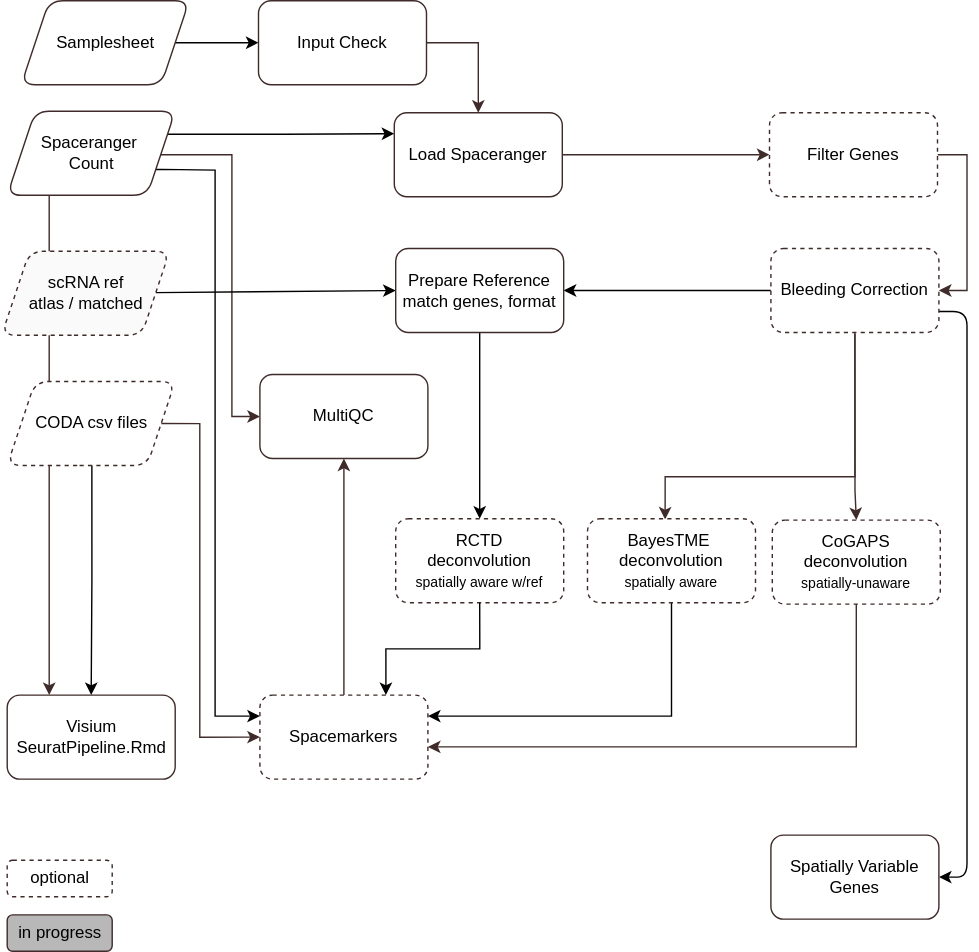
The draw.io diagram assets/btc-visium.svg in break-through-cancer/btc-spatial-pipelines, before a commit. Source tidied: cells renumbered, new cells last; positions are measured from the earlier drawing's top-left corner, leaving out a move shared by most shapes.
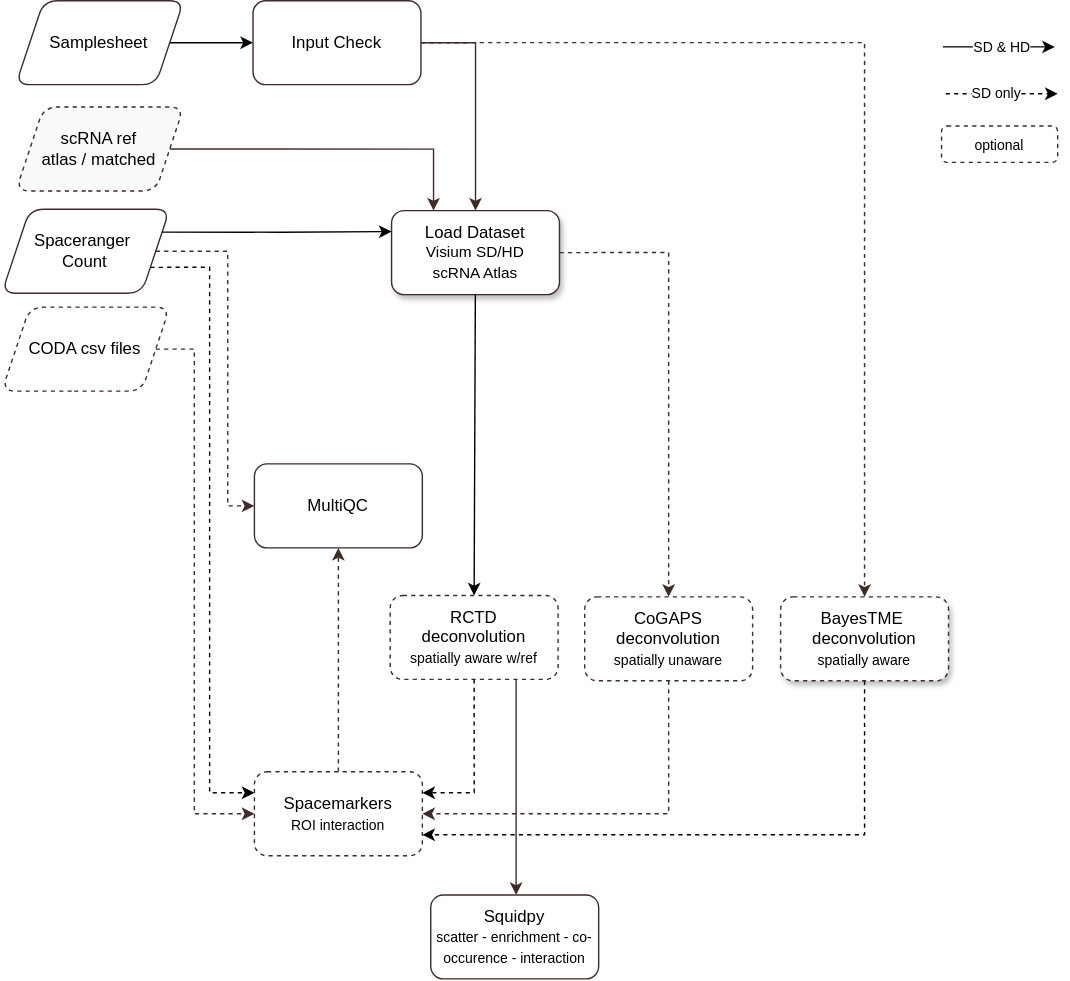
After the change.

Change to the diagram source:
```diff
@@ -2,158 +2,136 @@
   <root>
     <mxCell id="0" />
     <mxCell id="1" parent="0" />
-    <mxCell id="2" style="edgeStyle=orthogonalEdgeStyle;rounded=0;jettySize=auto;html=1;strokeColor=#3F2B29;exitX=0.25;exitY=1;exitDx=0;exitDy=0;entryX=0.25;entryY=0;entryDx=0;entryDy=0;" parent="1" edge="1" source="6" target="17">
-      <mxGeometry relative="1" as="geometry" />
-    </mxCell>
-    <mxCell id="3" style="edgeStyle=orthogonalEdgeStyle;rounded=0;jettySize=auto;html=1;strokeColor=#3F2B29;exitX=0.911;exitY=0.463;exitDx=0;exitDy=0;exitPerimeter=0;" parent="1" edge="1" source="6" target="22">
+    <mxCell id="3" style="edgeStyle=orthogonalEdgeStyle;rounded=0;jettySize=auto;html=1;strokeColor=#3F2B29;exitX=1;exitY=0.5;exitDx=0;exitDy=0;entryX=0;entryY=0.5;entryDx=0;entryDy=0;dashed=1;" parent="1" edge="1" source="6" target="22">
       <mxGeometry relative="1" as="geometry">
         <Array as="points">
-          <mxPoint x="114" y="110" />
-          <mxPoint x="165" y="110" />
-          <mxPoint x="165" y="297" />
+          <mxPoint x="161" y="179" />
+          <mxPoint x="161" y="361" />
         </Array>
       </mxGeometry>
     </mxCell>
-    <mxCell id="4" style="edgeStyle=orthogonalEdgeStyle;rounded=0;jettySize=auto;html=1;exitX=1;exitY=0.75;exitDx=0;exitDy=0;entryX=0;entryY=0.25;entryDx=0;entryDy=0;" parent="1" edge="1" source="6" target="27">
+    <mxCell id="4" style="edgeStyle=orthogonalEdgeStyle;rounded=0;jettySize=auto;html=1;exitX=1;exitY=0.75;exitDx=0;exitDy=0;entryX=0;entryY=0.25;entryDx=0;entryDy=0;dashed=1;" parent="1" edge="1" source="6" target="27">
       <mxGeometry relative="1" as="geometry">
         <Array as="points">
-          <mxPoint x="115" y="121" />
-          <mxPoint x="153" y="121" />
-          <mxPoint x="153" y="471" />
+          <mxPoint x="148" y="191" />
+          <mxPoint x="148" y="566" />
         </Array>
       </mxGeometry>
     </mxCell>
-    <mxCell id="5" style="edgeStyle=orthogonalEdgeStyle;rounded=0;jettySize=auto;html=1;exitX=1;exitY=0.25;exitDx=0;exitDy=0;entryX=0;entryY=0.25;entryDx=0;entryDy=0;" parent="1" edge="1" source="6" target="10">
-      <mxGeometry relative="1" as="geometry" />
-    </mxCell>
     <mxCell id="6" value="Spaceranger&amp;nbsp;&lt;div&gt;Count&lt;/div&gt;" style="rounded=1;whiteSpace=wrap;html=1;strokeColor=#3F2B29;shape=parallelogram;boundedLbl=1;perimeter=parallelogramPerimeter;fixedSize=1;" parent="1" vertex="1">
-      <mxGeometry x="4.5" y="79" width="120" height="60" as="geometry" />
+      <mxGeometry x="-0.5" y="149" width="120" height="60" as="geometry" />
     </mxCell>
-    <mxCell id="7" style="edgeStyle=orthogonalEdgeStyle;rounded=0;jettySize=auto;html=1;strokeColor=#3F2B29;exitX=1;exitY=0.5;exitDx=0;exitDy=0;" parent="1" edge="1" source="8" target="10">
+    <mxCell id="7" style="edgeStyle=orthogonalEdgeStyle;rounded=0;jettySize=auto;html=1;strokeColor=#3F2B29;exitX=1;exitY=0.5;exitDx=0;exitDy=0;entryX=0.5;entryY=0;entryDx=0;entryDy=0;" parent="1" edge="1" source="8" target="43">
       <mxGeometry relative="1" as="geometry" />
     </mxCell>
     <mxCell id="8" value="Input Check" style="rounded=1;whiteSpace=wrap;html=1;strokeColor=#3F2B29;" parent="1" vertex="1">
-      <mxGeometry x="184" width="120" height="60" as="geometry" />
+      <mxGeometry x="179" width="120" height="60" as="geometry" />
     </mxCell>
-    <mxCell id="9" style="edgeStyle=orthogonalEdgeStyle;rounded=0;jettySize=auto;html=1;entryX=0;entryY=0.5;entryDx=0;entryDy=0;strokeColor=#3F2B29;" parent="1" edge="1" source="10" target="13">
-      <mxGeometry relative="1" as="geometry" />
-    </mxCell>
-    <mxCell id="10" value="Load Spaceranger" style="rounded=1;whiteSpace=wrap;html=1;strokeColor=#3F2B29;" parent="1" vertex="1">
-      <mxGeometry x="281" y="80" width="120" height="60" as="geometry" />
-    </mxCell>
-    <mxCell id="11" style="edgeStyle=orthogonalEdgeStyle;rounded=0;jettySize=auto;html=1;entryX=0.462;entryY=0.01;entryDx=0;entryDy=0;exitX=0.5;exitY=1;exitDx=0;exitDy=0;strokeColor=#3F2B29;entryPerimeter=0;" parent="1" edge="1" source="25" target="20">
-      <mxGeometry relative="1" as="geometry">
-        <Array as="points">
-          <mxPoint x="610" y="340" />
-          <mxPoint x="474" y="340" />
-        </Array>
-      </mxGeometry>
-    </mxCell>
-    <mxCell id="12" style="edgeStyle=orthogonalEdgeStyle;rounded=0;jettySize=auto;html=1;exitX=1;exitY=0.5;exitDx=0;exitDy=0;entryX=1;entryY=0.5;entryDx=0;entryDy=0;strokeColor=#3F2B29;" parent="1" edge="1" source="13" target="25">
-      <mxGeometry relative="1" as="geometry" />
-    </mxCell>
-    <mxCell id="13" value="Filter Genes" style="rounded=1;whiteSpace=wrap;html=1;strokeColor=#3F2B29;dashed=1;" parent="1" vertex="1">
-      <mxGeometry x="549" y="80" width="120" height="60" as="geometry" />
-    </mxCell>
-    <mxCell id="14" style="edgeStyle=orthogonalEdgeStyle;rounded=0;jettySize=auto;html=1;exitX=1;exitY=0.5;exitDx=0;exitDy=0;entryX=0;entryY=0.5;entryDx=0;entryDy=0;strokeColor=#3F2B29;" parent="1" edge="1" source="16" target="27">
+    <mxCell id="14" style="edgeStyle=orthogonalEdgeStyle;rounded=0;jettySize=auto;html=1;exitX=1;exitY=0.5;exitDx=0;exitDy=0;entryX=0;entryY=0.5;entryDx=0;entryDy=0;strokeColor=#3F2B29;dashed=1;" parent="1" edge="1" source="16" target="27">
       <mxGeometry relative="1" as="geometry">
         <Array as="points">
-          <mxPoint x="142" y="302" />
-          <mxPoint x="142" y="526" />
+          <mxPoint x="137" y="249" />
+          <mxPoint x="137" y="581" />
         </Array>
       </mxGeometry>
     </mxCell>
-    <mxCell id="15" style="edgeStyle=orthogonalEdgeStyle;rounded=0;jettySize=auto;html=1;entryX=0.5;entryY=0;entryDx=0;entryDy=0;exitX=0.504;exitY=0.833;exitDx=0;exitDy=0;exitPerimeter=0;" parent="1" edge="1" source="16" target="17">
-      <mxGeometry relative="1" as="geometry" />
-    </mxCell>
     <mxCell id="16" value="CODA csv files" style="rounded=1;whiteSpace=wrap;html=1;fillColor=default;strokeColor=#3F2B29;shape=parallelogram;boundedLbl=1;perimeter=parallelogramPerimeter;fixedSize=1;dashed=1;" parent="1" vertex="1">
-      <mxGeometry x="4.5" y="272" width="120" height="60" as="geometry" />
+      <mxGeometry x="-0.5" y="219" width="120" height="60" as="geometry" />
     </mxCell>
-    <mxCell id="17" value="Visium SeuratPipeline.Rmd" style="rounded=1;whiteSpace=wrap;html=1;fillColor=none;strokeColor=#3F2B29;" parent="1" vertex="1">
-      <mxGeometry x="4.5" y="496" width="120" height="60" as="geometry" />
-    </mxCell>
-    <mxCell id="18" style="edgeStyle=orthogonalEdgeStyle;rounded=0;jettySize=auto;html=1;entryX=0.5;entryY=1;entryDx=0;entryDy=0;strokeColor=#3F2B29;exitX=0.5;exitY=0;exitDx=0;exitDy=0;" parent="1" edge="1" source="27" target="22">
+    <mxCell id="18" style="edgeStyle=orthogonalEdgeStyle;rounded=0;jettySize=auto;html=1;entryX=0.5;entryY=1;entryDx=0;entryDy=0;strokeColor=#3F2B29;exitX=0.5;exitY=0;exitDx=0;exitDy=0;dashed=1;" parent="1" edge="1" source="27" target="22">
       <mxGeometry relative="1" as="geometry" />
     </mxCell>
-    <mxCell id="19" style="edgeStyle=orthogonalEdgeStyle;rounded=0;jettySize=auto;html=1;entryX=1;entryY=0.25;entryDx=0;entryDy=0;exitX=0.5;exitY=1;exitDx=0;exitDy=0;" parent="1" edge="1" source="20" target="27">
+    <mxCell id="19" style="edgeStyle=orthogonalEdgeStyle;rounded=0;jettySize=auto;html=1;entryX=1;entryY=0.75;entryDx=0;entryDy=0;exitX=0.5;exitY=1;exitDx=0;exitDy=0;dashed=1;" parent="1" edge="1" source="20" target="27">
       <mxGeometry relative="1" as="geometry" />
     </mxCell>
-    <mxCell id="20" value="&lt;span style=&quot;color: rgb(0, 0, 0);&quot;&gt;BayesTME&amp;nbsp;&lt;/span&gt;&lt;div style=&quot;scrollbar-color: light-dark(#e2e2e2, #4b4b4b)&lt;br/&gt;&#9;&#9;&#9;&#9;&#9;light-dark(#fbfbfb, var(--dark-panel-color));&quot;&gt;deconvolution&lt;/div&gt;&lt;div style=&quot;scrollbar-color: light-dark(#e2e2e2, #4b4b4b)&lt;br/&gt;&#9;&#9;&#9;&#9;&#9;light-dark(#fbfbfb, var(--dark-panel-color));&quot;&gt;&lt;font style=&quot;font-size: 10px;&quot;&gt;spatially aware&lt;/font&gt;&lt;/div&gt;" style="rounded=1;whiteSpace=wrap;html=1;strokeColor=#3F2B29;dashed=1;" parent="1" vertex="1">
-      <mxGeometry x="419" y="370" width="120" height="60" as="geometry" />
+    <mxCell id="20" value="&lt;span style=&quot;color: rgb(0, 0, 0);&quot;&gt;BayesTME&amp;nbsp;&lt;/span&gt;&lt;div style=&quot;scrollbar-color: light-dark(#e2e2e2, #4b4b4b)&lt;br/&gt;&#9;&#9;&#9;&#9;&#9;light-dark(#fbfbfb, var(--dark-panel-color));&quot;&gt;deconvolution&lt;/div&gt;&lt;div style=&quot;scrollbar-color: light-dark(#e2e2e2, #4b4b4b)&lt;br/&gt;&#9;&#9;&#9;&#9;&#9;light-dark(#fbfbfb, var(--dark-panel-color));&quot;&gt;&lt;font style=&quot;font-size: 10px;&quot;&gt;spatially aware&lt;/font&gt;&lt;/div&gt;" style="rounded=1;whiteSpace=wrap;html=1;strokeColor=#3F2B29;dashed=1;shadow=1;" parent="1" vertex="1">
+      <mxGeometry x="556" y="426" width="120" height="60" as="geometry" />
     </mxCell>
-    <mxCell id="21" value="&lt;div&gt;&lt;span style=&quot;color: rgb(0, 0, 0);&quot;&gt;CoGAPS deconvolution&lt;/span&gt;&lt;br&gt;&lt;/div&gt;&lt;div&gt;&lt;font style=&quot;font-size: 10px;&quot; color=&quot;#000000&quot;&gt;spatially-unaware&lt;/font&gt;&lt;/div&gt;" style="rounded=1;whiteSpace=wrap;html=1;strokeColor=#3F2B29;dashed=1;" parent="1" vertex="1">
-      <mxGeometry x="551" y="371" width="120" height="60" as="geometry" />
+    <mxCell id="21" value="&lt;div&gt;&lt;span style=&quot;color: rgb(0, 0, 0);&quot;&gt;CoGAPS deconvolution&lt;/span&gt;&lt;br&gt;&lt;/div&gt;&lt;div&gt;&lt;font style=&quot;font-size: 10px;&quot; color=&quot;#000000&quot;&gt;spatially unaware&lt;/font&gt;&lt;/div&gt;" style="rounded=1;whiteSpace=wrap;html=1;strokeColor=#3F2B29;dashed=1;" parent="1" vertex="1">
+      <mxGeometry x="416" y="426" width="120" height="60" as="geometry" />
     </mxCell>
     <mxCell id="22" value="MultiQC" style="rounded=1;whiteSpace=wrap;html=1;strokeColor=#3F2B29;" parent="1" vertex="1">
-      <mxGeometry x="185" y="267" width="120" height="60" as="geometry" />
+      <mxGeometry x="180" y="331" width="120" height="60" as="geometry" />
     </mxCell>
-    <mxCell id="23" style="edgeStyle=orthogonalEdgeStyle;html=1;exitX=1;exitY=0.75;exitDx=0;exitDy=0;entryX=1;entryY=0.5;entryDx=0;entryDy=0;" parent="1" edge="1" source="25" target="31">
+    <mxCell id="23" style="edgeStyle=orthogonalEdgeStyle;rounded=0;jettySize=auto;html=1;exitX=0.75;exitY=1;exitDx=0;exitDy=0;strokeColor=#3F2B29;" parent="1" edge="1" source="37" target="31">
       <mxGeometry relative="1" as="geometry">
         <Array as="points">
-          <mxPoint x="690" y="222" />
-          <mxPoint x="690" y="626" />
+          <mxPoint x="367" y="681" />
         </Array>
       </mxGeometry>
     </mxCell>
-    <mxCell id="24" style="edgeStyle=none;html=1;entryX=1;entryY=0.5;entryDx=0;entryDy=0;" parent="1" edge="1" source="25" target="36">
-      <mxGeometry relative="1" as="geometry" />
-    </mxCell>
-    <mxCell id="25" value="Bleeding Correction" style="rounded=1;whiteSpace=wrap;html=1;strokeColor=#3F2B29;dashed=1;" parent="1" vertex="1">
-      <mxGeometry x="550" y="177" width="120" height="60" as="geometry" />
-    </mxCell>
-    <mxCell id="26" value="in progress" style="rounded=1;whiteSpace=wrap;html=1;fillColor=#B8B8B8;strokeColor=#3F2B29;" parent="1" vertex="1">
-      <mxGeometry x="4.5" y="653" width="75" height="26" as="geometry" />
-    </mxCell>
-    <mxCell id="27" value="Spacemarkers" style="rounded=1;whiteSpace=wrap;html=1;strokeColor=#3F2B29;dashed=1;" parent="1" vertex="1">
-      <mxGeometry x="185" y="496" width="120" height="60" as="geometry" />
+    <mxCell id="27" value="Spacemarkers&lt;div&gt;&lt;font style=&quot;font-size: 10px;&quot;&gt;ROI interaction&lt;/font&gt;&lt;/div&gt;" style="rounded=1;whiteSpace=wrap;html=1;strokeColor=#3F2B29;dashed=1;" parent="1" vertex="1">
+      <mxGeometry x="180" y="551" width="120" height="60" as="geometry" />
     </mxCell>
-    <mxCell id="28" style="edgeStyle=orthogonalEdgeStyle;rounded=0;jettySize=auto;html=1;exitX=0.5;exitY=1;exitDx=0;exitDy=0;strokeColor=#3F2B29;" parent="1" edge="1" source="21">
-      <mxGeometry relative="1" as="geometry">
-        <mxPoint x="305" y="533" as="targetPoint" />
-        <Array as="points">
-          <mxPoint x="611" y="533" />
-          <mxPoint x="305" y="533" />
-        </Array>
-      </mxGeometry>
-    </mxCell>
     <mxCell id="29" style="edgeStyle=orthogonalEdgeStyle;rounded=0;jettySize=auto;html=1;" parent="1" edge="1" source="30" target="8">
       <mxGeometry relative="1" as="geometry" />
     </mxCell>
     <mxCell id="30" value="&lt;div&gt;Samplesheet&lt;/div&gt;" style="rounded=1;whiteSpace=wrap;html=1;strokeColor=#3F2B29;shape=parallelogram;boundedLbl=1;perimeter=parallelogramPerimeter;fixedSize=1;" parent="1" vertex="1">
-      <mxGeometry x="14.5" width="120" height="60" as="geometry" />
+      <mxGeometry x="9.5" width="120" height="60" as="geometry" />
     </mxCell>
+    <mxCell id="40" style="edgeStyle=none;html=1;" parent="1" edge="1">
+      <mxGeometry relative="1" as="geometry">
+        <mxPoint x="672" y="33" as="sourcePoint" />
+        <mxPoint x="752" y="33" as="targetPoint" />
+      </mxGeometry>
+    </mxCell>
+    <mxCell id="41" value="&lt;font style=&quot;font-size: 10px;&quot;&gt;SD &amp;amp; HD&lt;/font&gt;" style="edgeLabel;html=1;align=center;verticalAlign=middle;" parent="40" vertex="1">
+      <mxGeometry x="0.03" y="2" relative="1" as="geometry">
+        <mxPoint y="1" as="offset" />
+      </mxGeometry>
+    </mxCell>
-    <mxCell id="31" value="Spatially Variable Genes" style="rounded=1;whiteSpace=wrap;html=1;strokeColor=#3F2B29;" parent="1" vertex="1">
-      <mxGeometry x="550" y="596" width="120" height="60" as="geometry" />
+    <mxCell id="31" value="Squidpy&lt;div&gt;&lt;font style=&quot;font-size: 10px;&quot;&gt;scatter - enrichment - co-occurence - interaction&lt;/font&gt;&lt;/div&gt;" style="rounded=1;whiteSpace=wrap;html=1;strokeColor=#3F2B29;" parent="1" vertex="1">
+      <mxGeometry x="306" y="639" width="120" height="60" as="geometry" />
     </mxCell>
-    <mxCell id="32" value="optional" style="rounded=1;whiteSpace=wrap;html=1;fillColor=#FFFFFF;strokeColor=#3F2B29;dashed=1;" parent="1" vertex="1">
-      <mxGeometry x="4.5" y="614" width="75" height="26" as="geometry" />
+    <mxCell id="32" value="&lt;font style=&quot;font-size: 10px;&quot;&gt;optional&lt;/font&gt;" style="rounded=1;whiteSpace=wrap;html=1;fillColor=#FFFFFF;strokeColor=#3F2B29;dashed=1;" parent="1" vertex="1">
+      <mxGeometry x="671" y="89.5" width="83" height="26" as="geometry" />
     </mxCell>
-    <mxCell id="33" style="edgeStyle=none;html=1;entryX=0;entryY=0.5;entryDx=0;entryDy=0;" parent="1" edge="1" source="34" target="36">
-      <mxGeometry relative="1" as="geometry" />
-    </mxCell>
     <mxCell id="34" value="scRNA ref&lt;div&gt;atlas / matched&lt;/div&gt;" style="rounded=1;whiteSpace=wrap;html=1;fillColor=#FAFAFA;strokeColor=#3F2B29;shape=parallelogram;boundedLbl=1;perimeter=parallelogramPerimeter;fixedSize=1;dashed=1;" parent="1" vertex="1">
-      <mxGeometry x="0.5" y="179" width="120" height="60" as="geometry" />
+      <mxGeometry x="9.5" y="76" width="120" height="60" as="geometry" />
     </mxCell>
-    <mxCell id="35" style="edgeStyle=orthogonalEdgeStyle;html=1;exitX=0.5;exitY=1;exitDx=0;exitDy=0;entryX=0.5;entryY=0;entryDx=0;entryDy=0;" parent="1" edge="1" source="36" target="37">
-      <mxGeometry relative="1" as="geometry" />
-    </mxCell>
-    <mxCell id="36" value="Prepare Reference&lt;div&gt;match genes, format&lt;/div&gt;" style="rounded=1;whiteSpace=wrap;html=1;strokeColor=#3F2B29;fillColor=none;" parent="1" vertex="1">
-      <mxGeometry x="282" y="177" width="120" height="60" as="geometry" />
-    </mxCell>
     <mxCell id="37" value="&lt;div style=&quot;scrollbar-color: light-dark(#e2e2e2, #4b4b4b)&lt;br/&gt;&#9;&#9;&#9;&#9;&#9;light-dark(#fbfbfb, var(--dark-panel-color));&quot;&gt;&lt;font color=&quot;#000000&quot;&gt;RCTD&lt;/font&gt;&lt;/div&gt;&lt;div style=&quot;scrollbar-color: light-dark(#e2e2e2, #4b4b4b)&lt;br/&gt;&#9;&#9;&#9;&#9;&#9;light-dark(#fbfbfb, var(--dark-panel-color));&quot;&gt;deconvolution&lt;/div&gt;&lt;div style=&quot;scrollbar-color: light-dark(#e2e2e2, #4b4b4b)&lt;br/&gt;&#9;&#9;&#9;&#9;&#9;light-dark(#fbfbfb, var(--dark-panel-color));&quot;&gt;&lt;font style=&quot;font-size: 10px;&quot;&gt;spatially aware w/ref&lt;/font&gt;&lt;/div&gt;" style="rounded=1;whiteSpace=wrap;html=1;strokeColor=#3F2B29;dashed=1;fillColor=none;" parent="1" vertex="1">
-      <mxGeometry x="282" y="370" width="120" height="60" as="geometry" />
+      <mxGeometry x="277" y="425" width="120" height="60" as="geometry" />
     </mxCell>
-    <mxCell id="38" style="edgeStyle=orthogonalEdgeStyle;rounded=0;jettySize=auto;html=1;exitX=0.5;exitY=1;exitDx=0;exitDy=0;entryX=0.75;entryY=0;entryDx=0;entryDy=0;" parent="1" edge="1" source="37" target="27">
+    <mxCell id="38" style="edgeStyle=orthogonalEdgeStyle;rounded=0;jettySize=auto;html=1;exitX=0.5;exitY=1;exitDx=0;exitDy=0;entryX=1;entryY=0.25;entryDx=0;entryDy=0;dashed=1;" parent="1" edge="1" source="37" target="27">
       <mxGeometry relative="1" as="geometry" />
     </mxCell>
-    <mxCell id="39" style="edgeStyle=orthogonalEdgeStyle;rounded=0;jettySize=auto;html=1;entryX=0.5;entryY=0;entryDx=0;entryDy=0;strokeColor=#3F2B29;" parent="1" edge="1" target="21">
-      <mxGeometry relative="1" as="geometry">
-        <mxPoint x="610" y="238" as="sourcePoint" />
-        <Array as="points">
-          <mxPoint x="610" y="350" />
-          <mxPoint x="611" y="350" />
-        </Array>
-      </mxGeometry>
-    </mxCell>
+    <mxCell id="42" style="edgeStyle=none;html=1;entryX=0.5;entryY=0;entryDx=0;entryDy=0;dotted=1;" parent="1" edge="1" source="43" target="37">
+      <mxGeometry relative="1" as="geometry" />
+    </mxCell>
+    <mxCell id="43" value="Load Dataset&lt;div&gt;&lt;font style=&quot;font-size: 11px;&quot;&gt;Visium SD/HD&lt;/font&gt;&lt;/div&gt;&lt;div&gt;&lt;font style=&quot;font-size: 11px;&quot;&gt;scRNA Atlas&lt;/font&gt;&lt;/div&gt;" style="rounded=1;whiteSpace=wrap;html=1;strokeColor=#3F2B29;dashed=0;shadow=1;" parent="1" vertex="1">
+      <mxGeometry x="278" y="150" width="120" height="60" as="geometry" />
+    </mxCell>
+    <mxCell id="44" style="edgeStyle=orthogonalEdgeStyle;rounded=0;jettySize=auto;html=1;exitX=1;exitY=0.25;exitDx=0;exitDy=0;entryX=0;entryY=0.25;entryDx=0;entryDy=0;" parent="1" edge="1" source="6" target="43">
+      <mxGeometry relative="1" as="geometry" />
+    </mxCell>
+    <mxCell id="45" style="edgeStyle=orthogonalEdgeStyle;rounded=0;jettySize=auto;html=1;strokeColor=#3F2B29;exitX=1;exitY=0.5;exitDx=0;exitDy=0;entryX=0.5;entryY=0;entryDx=0;entryDy=0;dashed=1;" parent="1" edge="1" source="43" target="21">
+      <mxGeometry relative="1" as="geometry">
+        <Array as="points">
+          <mxPoint x="476" y="180" />
+        </Array>
+      </mxGeometry>
+    </mxCell>
+    <mxCell id="46" style="edgeStyle=orthogonalEdgeStyle;rounded=0;jettySize=auto;html=1;strokeColor=#3F2B29;exitX=1;exitY=0.5;exitDx=0;exitDy=0;entryX=0.5;entryY=0;entryDx=0;entryDy=0;dashed=1;" parent="1" edge="1" source="8" target="20">
+      <mxGeometry relative="1" as="geometry">
+        <Array as="points">
+          <mxPoint x="616" y="30" />
+        </Array>
+      </mxGeometry>
+    </mxCell>
+    <mxCell id="47" style="edgeStyle=orthogonalEdgeStyle;rounded=0;jettySize=auto;html=1;strokeColor=#3F2B29;exitX=0.5;exitY=1;exitDx=0;exitDy=0;entryX=1;entryY=0.5;entryDx=0;entryDy=0;dashed=1;" parent="1" edge="1" source="21" target="27">
+      <mxGeometry relative="1" as="geometry" />
+    </mxCell>
+    <mxCell id="48" style="edgeStyle=orthogonalEdgeStyle;rounded=0;jettySize=auto;html=1;strokeColor=#3F2B29;exitX=1;exitY=0.5;exitDx=0;exitDy=0;entryX=0.25;entryY=0;entryDx=0;entryDy=0;" parent="1" edge="1" source="34" target="43">
+      <mxGeometry relative="1" as="geometry" />
+    </mxCell>
+    <mxCell id="49" style="edgeStyle=none;html=1;dashed=1;" parent="1" edge="1">
+      <mxGeometry relative="1" as="geometry">
+        <mxPoint x="674" y="66.5" as="sourcePoint" />
+        <mxPoint x="754" y="66.5" as="targetPoint" />
+      </mxGeometry>
+    </mxCell>
+    <mxCell id="50" value="&lt;font style=&quot;font-size: 10px;&quot;&gt;SD only&lt;/font&gt;" style="edgeLabel;html=1;align=center;verticalAlign=middle;" parent="49" vertex="1">
+      <mxGeometry x="-0.1" y="1" relative="1" as="geometry" />
+    </mxCell>
   </root>
 </mxGraphModel>
```
